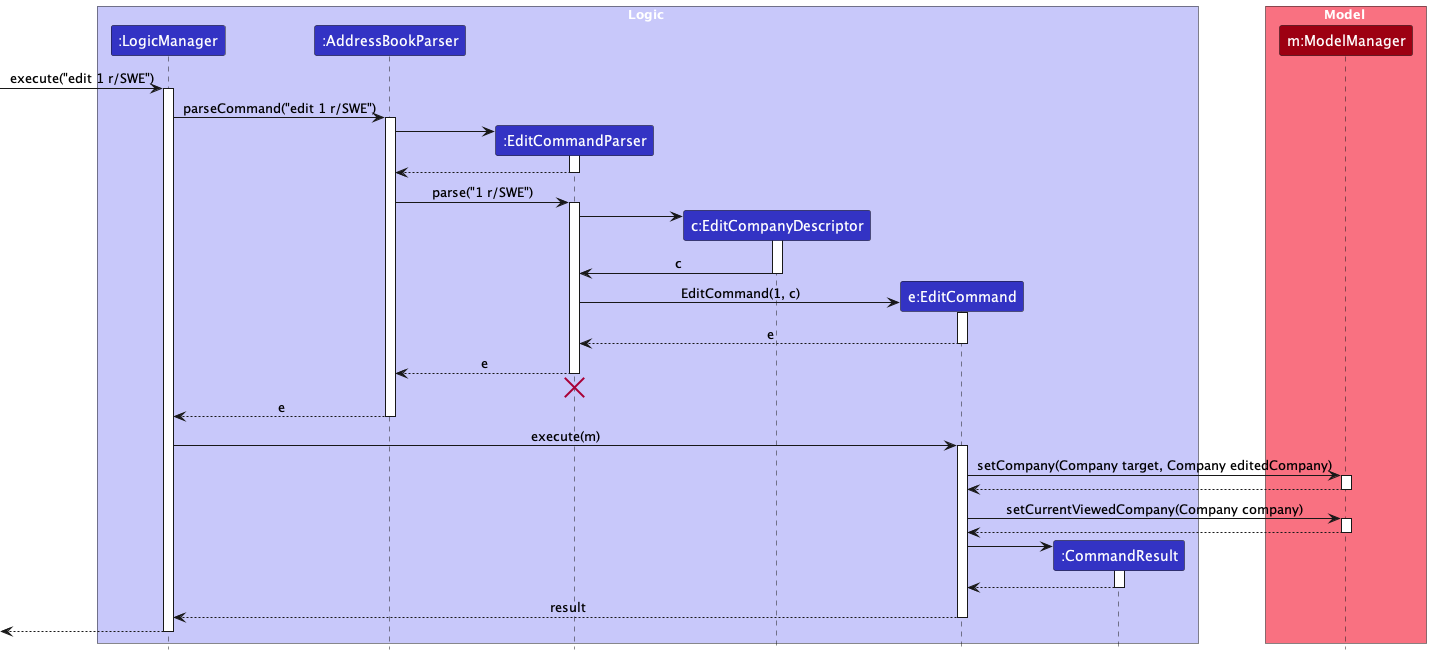
Above: docs/images/EditSequenceDiagram.png in tayruxin/tp (PlantUML), before the change.
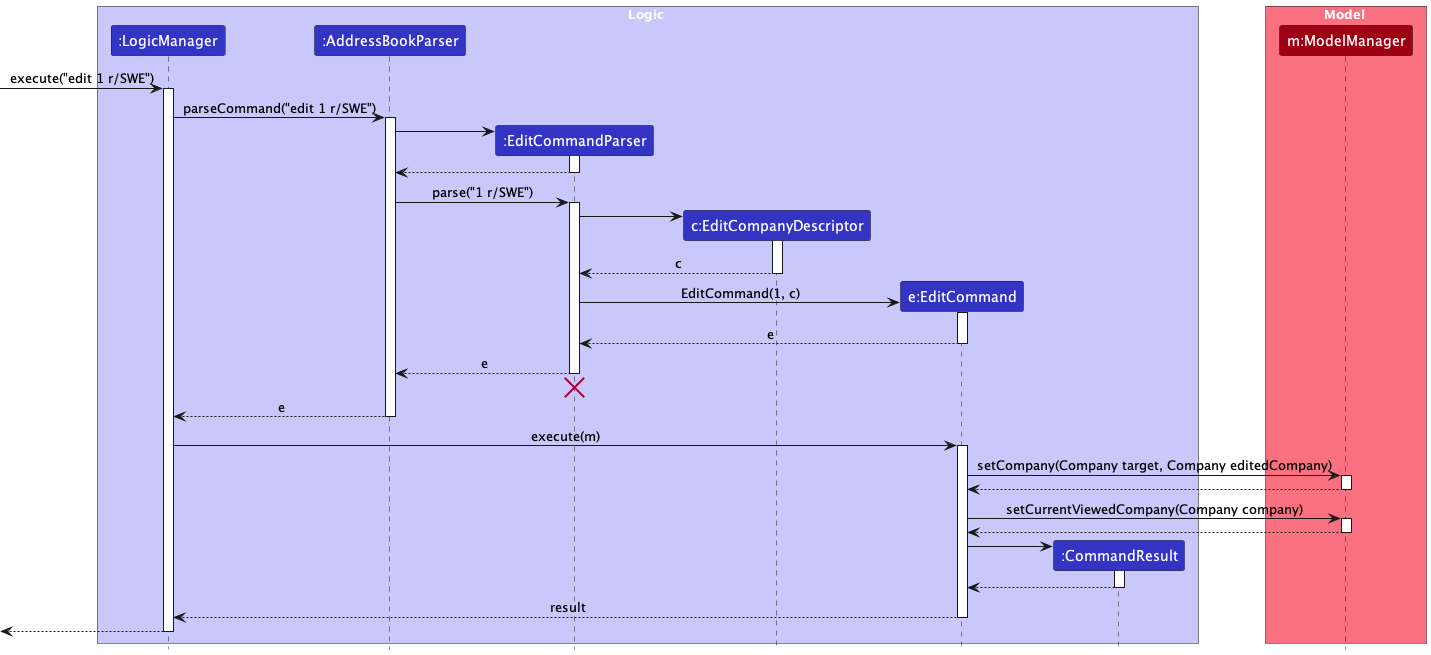
After the commit.

What changed in the source:
```diff
@@ -37,7 +37,7 @@
 EditCommandParser -> EditCompanyDescriptor
 activate EditCompanyDescriptor
 
-EditCompanyDescriptor -> EditCommandParser : c
+EditCompanyDescriptor --> EditCommandParser : c
 deactivate EditCompanyDescriptor
 
 create EditCommand
```
